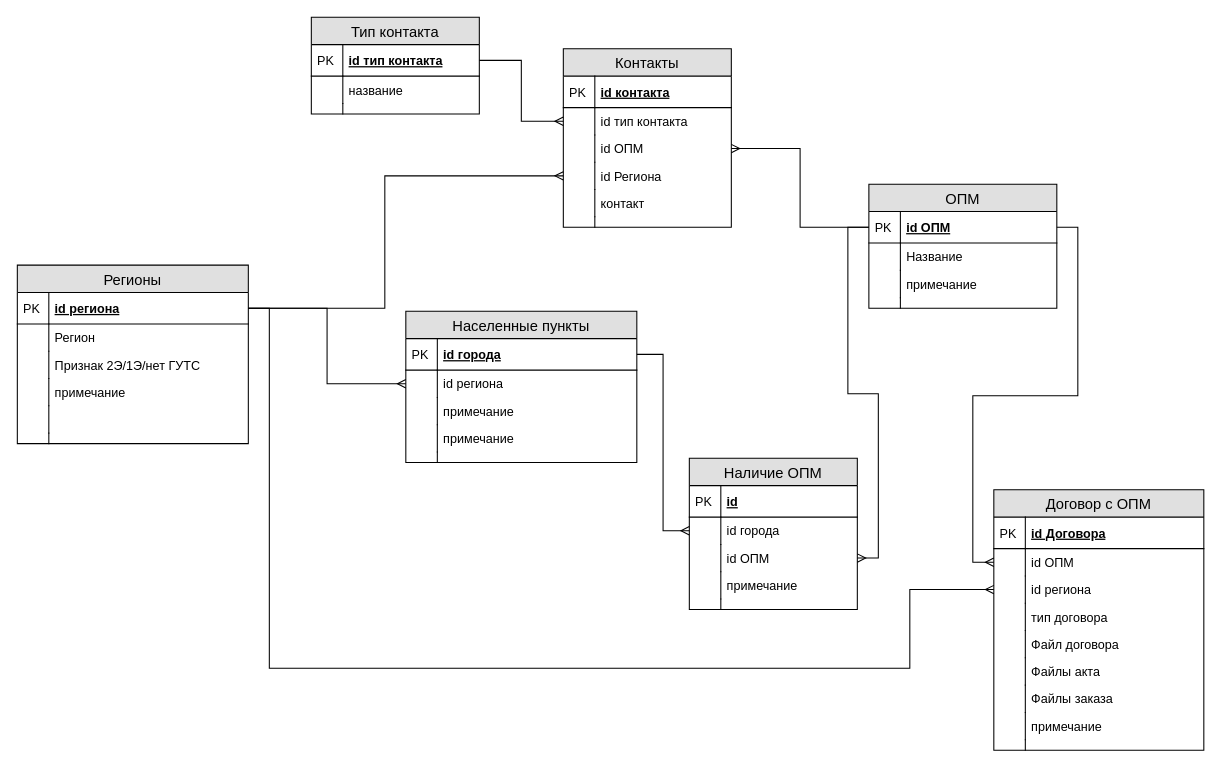
This is operators.drawio from slavakourov/operators, a draw.io file, before an edit. Source tidied: cells renumbered, new cells numbered last; positions are measured from the earlier drawing's top-left corner, leaving out a move shared by most shapes. Both pictures are drawn from the tidied source at 105%, with x=0, y=0 at pixel (17, 17).
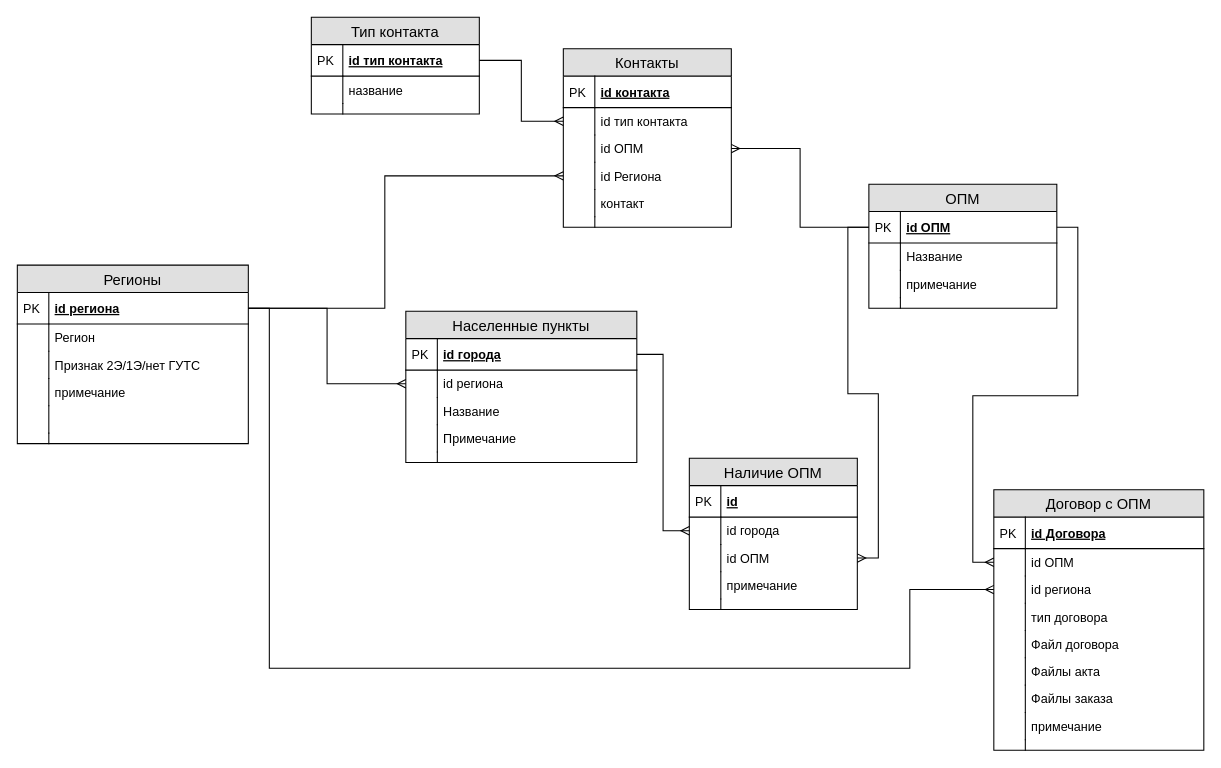
After the change.

Unchanged cells that the change refers to:
```xml
<mxCell id="30" value="Населенные пункты" style="swimlane;fontStyle=0;horizontal=1;startSize=26;fillColor=#e0e0e0;swimlaneFillColor=#ffffff;align=center;fontSize=14;" parent="1" vertex="1">
  <mxGeometry x="370" y="280" width="220" height="144" as="geometry" />
</mxCell>
```

Change to the diagram source:
```diff
@@
-    <mxCell id="35" value="примечание" style="shape=partialRectangle;top=0;left=0;right=0;bottom=0;align=left;verticalAlign=top;fillColor=none;spacingLeft=34;spacingRight=4;overflow=hidden;fontSize=12;" parent="30" vertex="1">
+    <mxCell id="35" value="Название" style="shape=partialRectangle;top=0;left=0;right=0;bottom=0;align=left;verticalAlign=top;fillColor=none;spacingLeft=34;spacingRight=4;overflow=hidden;fontSize=12;" parent="30" vertex="1">
       <mxGeometry y="82" width="220" height="26" as="geometry" />
     </mxCell>
@@
-    <mxCell id="37" value="примечание" style="shape=partialRectangle;top=0;left=0;right=0;bottom=0;align=left;verticalAlign=top;fillColor=none;spacingLeft=34;spacingRight=4;overflow=hidden;fontSize=12;" parent="30" vertex="1">
-      <mxGeometry y="108" width="220" height="26" as="geometry" />
-    </mxCell>
+    <mxCell id="93" value="Примечание" style="shape=partialRectangle;top=0;left=0;right=0;bottom=0;align=left;verticalAlign=top;fillColor=none;spacingLeft=34;spacingRight=4;overflow=hidden;fontSize=12;" parent="30" vertex="1">
+      <mxGeometry y="108" width="220" height="26" as="geometry" />
+    </mxCell>
-    <mxCell id="38" style="shape=partialRectangle;top=0;left=0;bottom=0;fillColor=none;align=left;verticalAlign=top;spacingLeft=4;spacingRight=4;overflow=hidden;fontSize=12;" parent="37" vertex="1">
+    <mxCell id="38" style="shape=partialRectangle;top=0;left=0;bottom=0;fillColor=none;align=left;verticalAlign=top;spacingLeft=4;spacingRight=4;overflow=hidden;fontSize=12;" parent="93" vertex="1">
       <mxGeometry width="30" height="26" as="geometry" />
     </mxCell>
```
